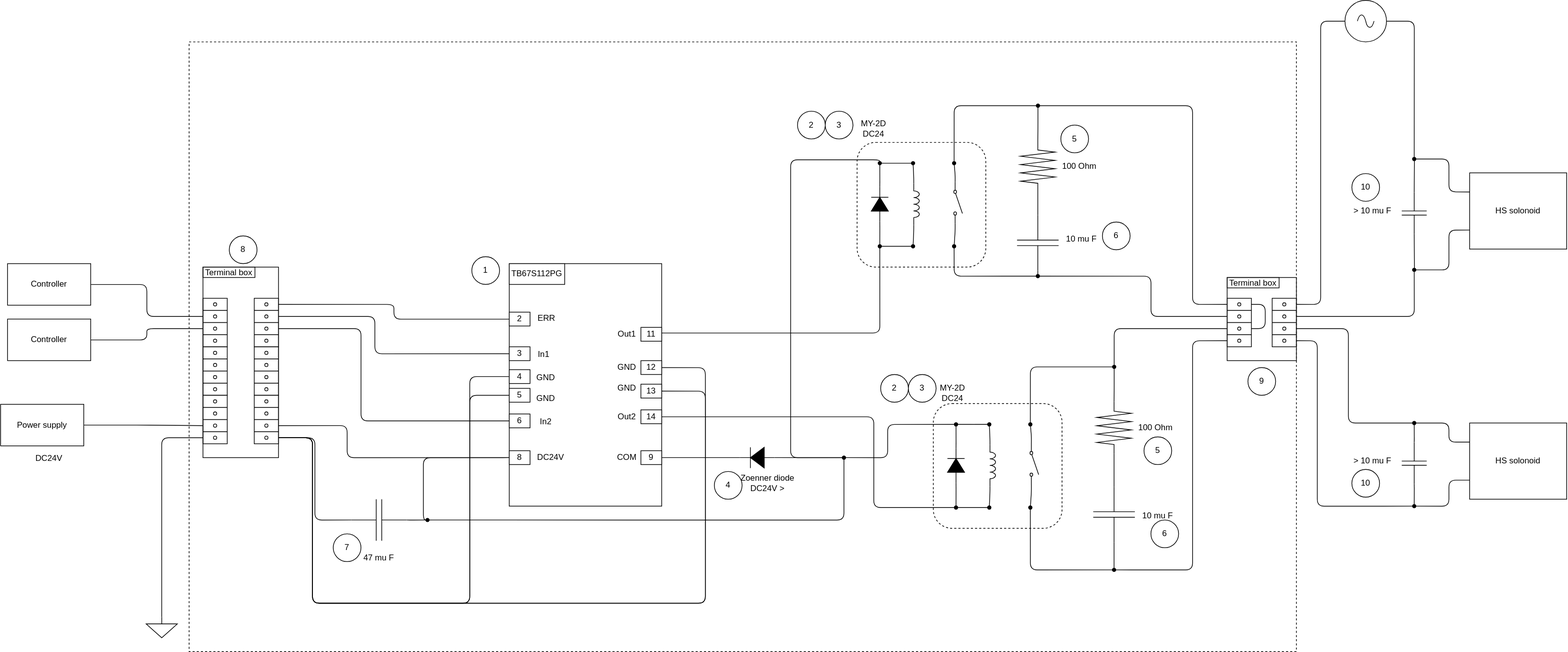
Earlier version of the draw.io export diagrams/electric/components/2A-00002.00.00-solenoid_driver.drawio.svg (sakairi-nobuyuki/Yamamiya_3PM_pjk). Source tidied: cells renumbered, new cells last; positions are measured from the earlier drawing's top-left corner, leaving out a move shared by most shapes.
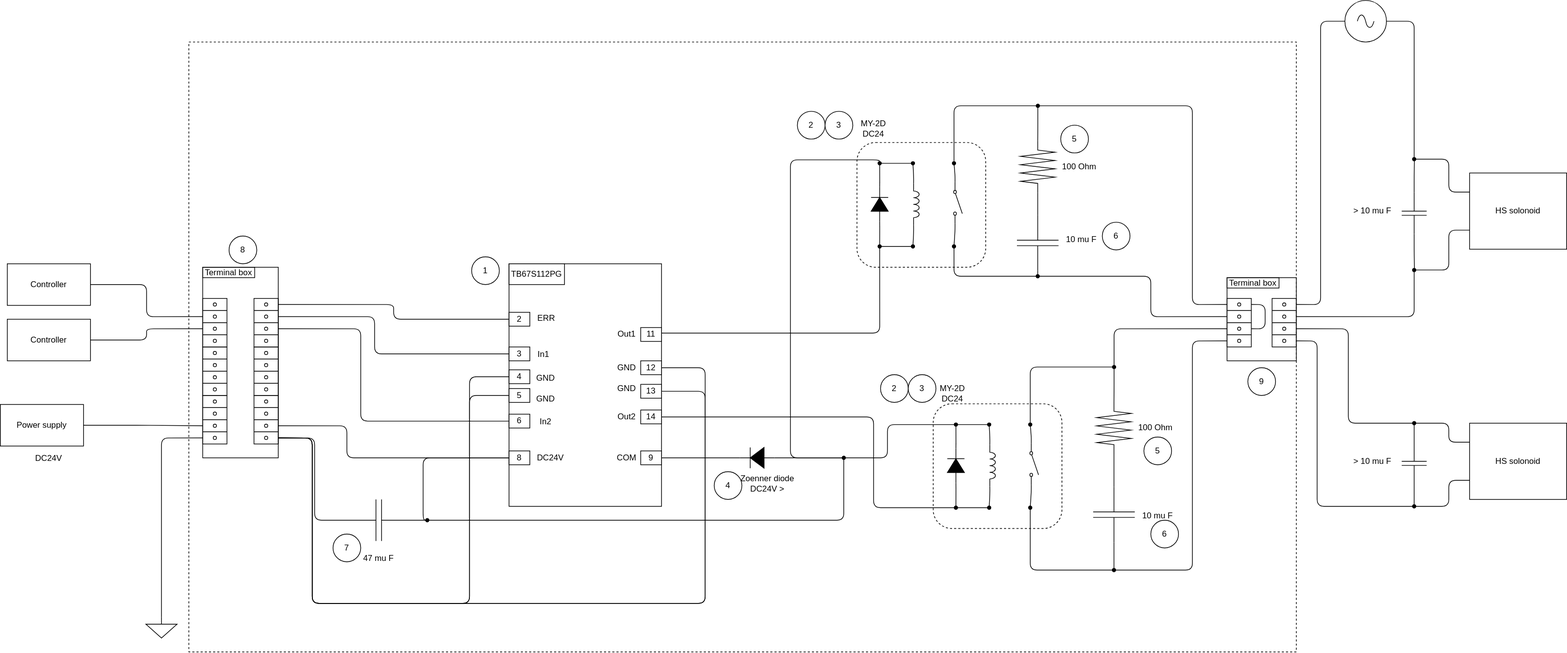
The same diagram one commit later.

What changed in the source:
```diff
@@ -639,12 +639,6 @@
     <mxCell id="175" value="6" style="ellipse;whiteSpace=wrap;html=1;" parent="164" vertex="1">
       <mxGeometry x="1590" y="320" width="40" height="40" as="geometry" />
     </mxCell>
-    <mxCell id="176" value="10" style="ellipse;whiteSpace=wrap;html=1;" parent="164" vertex="1">
-      <mxGeometry x="1950" y="677" width="40" height="40" as="geometry" />
-    </mxCell>
-    <mxCell id="177" value="10" style="ellipse;whiteSpace=wrap;html=1;" parent="164" vertex="1">
-      <mxGeometry x="1950" y="250" width="40" height="40" as="geometry" />
-    </mxCell>
     <mxCell id="178" value="7" style="ellipse;whiteSpace=wrap;html=1;" parent="164" vertex="1">
       <mxGeometry x="480" y="770" width="40" height="40" as="geometry" />
     </mxCell>
```
